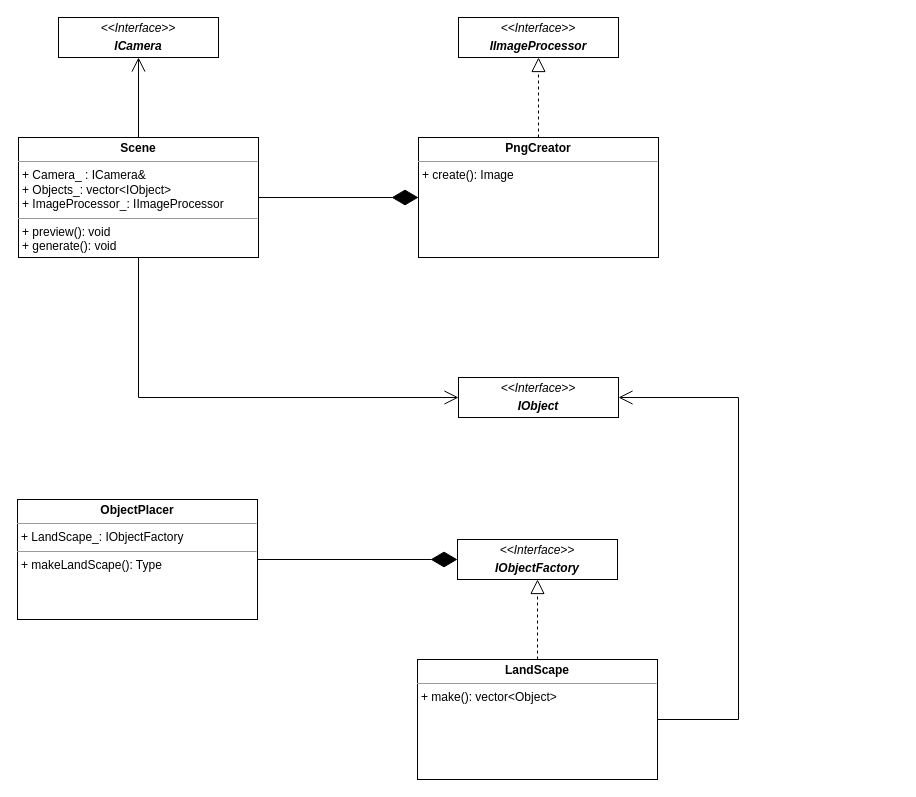
The draw.io diagram page "Function" (2 of 3) of doc/VoxelEngine.drawio in cpp-park-vk-education/2023_1_Blockify, before the edit. Source tidied: cells renumbered, new cells numbered last; positions are measured from the earlier drawing's top-left corner, leaving out a move shared by most shapes. Both pictures are drawn from the tidied source at 100%, with x=0, y=0 at pixel (17, 17).
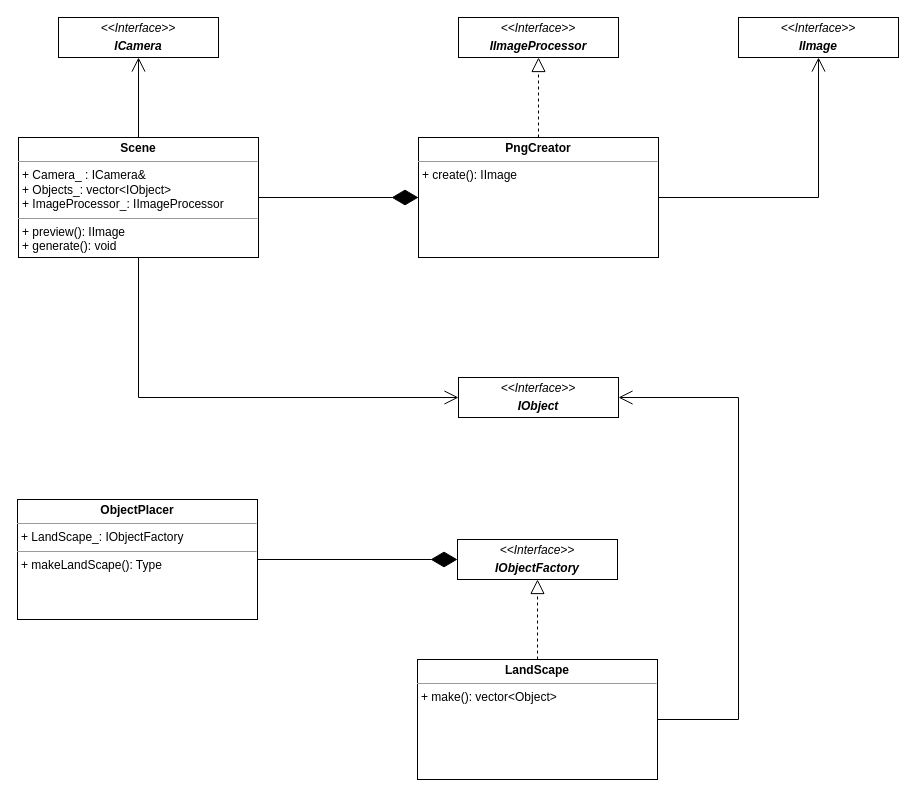
The same page after the edit.

Diff of the diagram source:
```diff
@@
-    <mxCell id="2" value="&lt;p style=&quot;margin:0px;margin-top:4px;text-align:center;&quot;&gt;&lt;b&gt;Scene&lt;/b&gt;&lt;/p&gt;&lt;hr size=&quot;1&quot;&gt;&lt;p style=&quot;margin:0px;margin-left:4px;&quot;&gt;+ Camera_ : ICamera&amp;amp;&lt;/p&gt;&lt;p style=&quot;margin:0px;margin-left:4px;&quot;&gt;+ Objects_: vector&amp;lt;IObject&amp;gt;&lt;/p&gt;&lt;p style=&quot;margin:0px;margin-left:4px;&quot;&gt;&lt;span style=&quot;background-color: initial;&quot;&gt;+ ImageProcessor_: IImageProcessor&lt;/span&gt;&lt;br&gt;&lt;/p&gt;&lt;hr size=&quot;1&quot;&gt;&lt;p style=&quot;margin:0px;margin-left:4px;&quot;&gt;+ preview(): void&lt;/p&gt;&lt;p style=&quot;margin:0px;margin-left:4px;&quot;&gt;+ generate(): void&lt;/p&gt;" style="verticalAlign=top;align=left;overflow=fill;fontSize=12;fontFamily=Helvetica;html=1;whiteSpace=wrap;" parent="1" vertex="1">
+    <mxCell id="2" value="&lt;p style=&quot;margin:0px;margin-top:4px;text-align:center;&quot;&gt;&lt;b&gt;Scene&lt;/b&gt;&lt;/p&gt;&lt;hr size=&quot;1&quot;&gt;&lt;p style=&quot;margin:0px;margin-left:4px;&quot;&gt;+ Camera_ : ICamera&amp;amp;&lt;/p&gt;&lt;p style=&quot;margin:0px;margin-left:4px;&quot;&gt;+ Objects_: vector&amp;lt;IObject&amp;gt;&lt;/p&gt;&lt;p style=&quot;margin:0px;margin-left:4px;&quot;&gt;&lt;span style=&quot;background-color: initial;&quot;&gt;+ ImageProcessor_: IImageProcessor&lt;/span&gt;&lt;br&gt;&lt;/p&gt;&lt;hr size=&quot;1&quot;&gt;&lt;p style=&quot;margin:0px;margin-left:4px;&quot;&gt;+ preview(): IImage&lt;/p&gt;&lt;p style=&quot;margin:0px;margin-left:4px;&quot;&gt;+ generate(): void&lt;/p&gt;" style="verticalAlign=top;align=left;overflow=fill;fontSize=12;fontFamily=Helvetica;html=1;whiteSpace=wrap;" parent="1" vertex="1">
       <mxGeometry x="1" y="120" width="240" height="120" as="geometry" />
     </mxCell>
@@
-    <mxCell id="5" value="&lt;p style=&quot;margin:0px;margin-top:4px;text-align:center;&quot;&gt;&lt;b&gt;PngCreator&lt;/b&gt;&lt;/p&gt;&lt;hr size=&quot;1&quot;&gt;&lt;p style=&quot;margin:0px;margin-left:4px;&quot;&gt;+ create(): Image&lt;/p&gt;" style="verticalAlign=top;align=left;overflow=fill;fontSize=12;fontFamily=Helvetica;html=1;whiteSpace=wrap;" parent="1" vertex="1">
+    <mxCell id="5" value="&lt;p style=&quot;margin:0px;margin-top:4px;text-align:center;&quot;&gt;&lt;b&gt;PngCreator&lt;/b&gt;&lt;/p&gt;&lt;hr size=&quot;1&quot;&gt;&lt;p style=&quot;margin:0px;margin-left:4px;&quot;&gt;+ create(): IImage&lt;/p&gt;" style="verticalAlign=top;align=left;overflow=fill;fontSize=12;fontFamily=Helvetica;html=1;whiteSpace=wrap;" parent="1" vertex="1">
       <mxGeometry x="401" y="120" width="240" height="120" as="geometry" />
     </mxCell>
@@
+    <mxCell id="17" value="&lt;p style=&quot;margin:0px;margin-top:4px;text-align:center;&quot;&gt;&lt;i&gt;&amp;lt;&amp;lt;Interface&amp;gt;&amp;gt;&lt;/i&gt;&lt;/p&gt;&lt;p style=&quot;margin:0px;margin-top:4px;text-align:center;&quot;&gt;&lt;i&gt;&lt;b&gt;IImage&lt;/b&gt;&lt;/i&gt;&lt;/p&gt;" style="verticalAlign=top;align=left;overflow=fill;fontSize=12;fontFamily=Helvetica;html=1;whiteSpace=wrap;" parent="1" vertex="1">
+      <mxGeometry x="721" width="160" height="40" as="geometry" />
+    </mxCell>
+    <mxCell id="18" style="endArrow=open;endFill=1;endSize=12;html=1;rounded=0;entryX=0.5;entryY=1;entryDx=0;entryDy=0;exitX=1;exitY=0.5;exitDx=0;exitDy=0;edgeStyle=orthogonalEdgeStyle;" parent="1" edge="1" source="5" target="17">
+      <mxGeometry relative="1" as="geometry" />
+    </mxCell>
```
